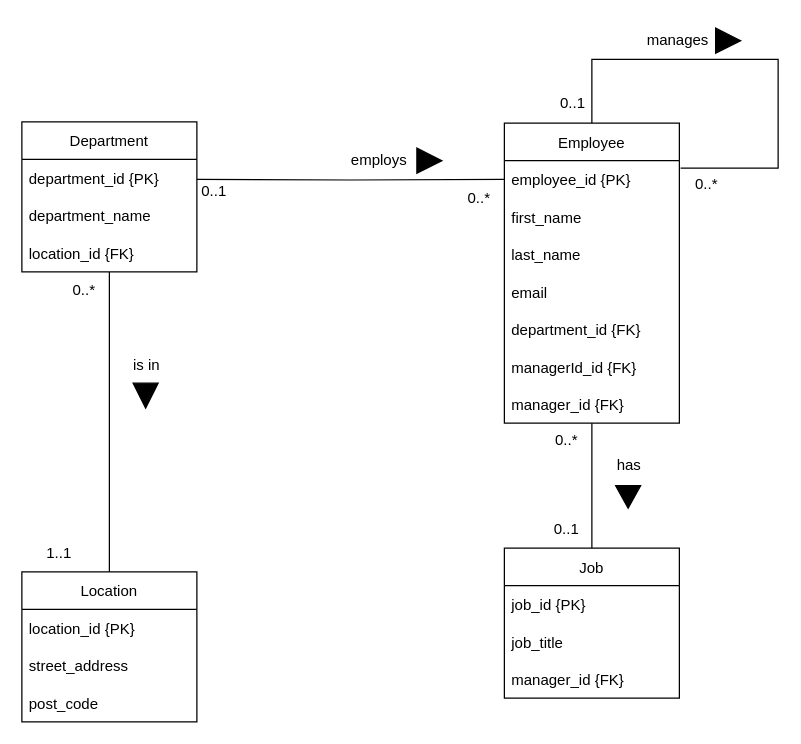
Before: page "attempt 1" (1 of 2) of Tutorial 5/Task 1.drawio in ChitharaKarunasekera/DatabaseSystemsTutorials, a draw.io diagram. Source tidied: cells renumbered, new cells numbered last; positions are measured from the earlier drawing's top-left corner, leaving out a move shared by most shapes. Both pictures are drawn from the tidied source at 125%, with x=0, y=0 at pixel (21, 21).
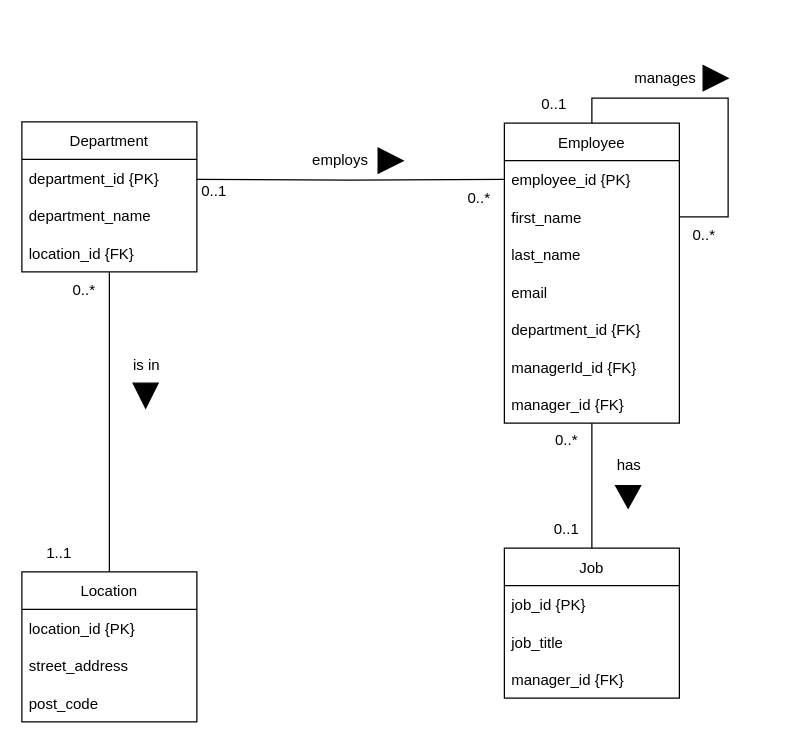
After the change.

The change refers to these unchanged cells:
```xml
<mxCell id="6" value="Employee" style="swimlane;fontStyle=0;horizontal=1;startSize=30;" parent="1" vertex="1">
  <mxGeometry x="386" y="81" width="140" height="240" as="geometry" />
</mxCell>
<mxCell id="7" value="employee_id {PK}" style="text;strokeColor=none;fillColor=none;align=left;verticalAlign=middle;spacingLeft=4;spacingRight=4;overflow=hidden;points=[[0,0.5],[1,0.5]];portConstraint=eastwest;" parent="6" vertex="1">
  <mxGeometry y="30" width="140" height="30" as="geometry" />
</mxCell>
<mxCell id="8" value="first_name" style="text;strokeColor=none;fillColor=none;align=left;verticalAlign=middle;spacingLeft=4;spacingRight=4;overflow=hidden;points=[[0,0.5],[1,0.5]];portConstraint=eastwest;" parent="6" vertex="1">
  <mxGeometry y="60" width="140" height="30" as="geometry" />
</mxCell>
```

The edit, as a diff of the source:
```diff
@@
+    <mxCell id="42" style="edgeStyle=orthogonalEdgeStyle;rounded=0;jettySize=auto;html=1;endArrow=none;endFill=0;" parent="6" edge="1" source="8" target="6">
+      <mxGeometry relative="1" as="geometry">
+        <Array as="points">
+          <mxPoint x="179" y="75" />
+          <mxPoint x="179" y="-20" />
+          <mxPoint x="70" y="-20" />
+        </Array>
+      </mxGeometry>
+    </mxCell>
@@
-    <mxCell id="14" style="edgeStyle=orthogonalEdgeStyle;rounded=0;jettySize=auto;html=1;entryX=1.007;entryY=0.2;entryDx=0;entryDy=0;entryPerimeter=0;endArrow=none;endFill=0;" parent="6" edge="1" source="6" target="7">
-      <mxGeometry relative="1" as="geometry">
-        <Array as="points">
-          <mxPoint x="70" y="-51" />
-          <mxPoint x="219" y="-51" />
-          <mxPoint x="219" y="36" />
-        </Array>
-      </mxGeometry>
-    </mxCell>
@@
     <mxCell id="16" value="employs" style="text;html=1;strokeColor=none;fillColor=none;align=center;verticalAlign=middle;whiteSpace=wrap;rounded=0;" parent="1" vertex="1">
-      <mxGeometry x="256" y="96" width="60" height="30" as="geometry" />
+      <mxGeometry x="225" y="96" width="60" height="30" as="geometry" />
     </mxCell>
     <mxCell id="17" style="triangle;whiteSpace=wrap;html=1;fillColor=#000000;" parent="1" vertex="1">
-      <mxGeometry x="316" y="101" width="20" height="20" as="geometry" />
+      <mxGeometry x="285" y="101" width="20" height="20" as="geometry" />
     </mxCell>
@@
     <mxCell id="38" value="manages" style="text;html=1;strokeColor=none;fillColor=none;align=center;verticalAlign=middle;whiteSpace=wrap;rounded=0;" parent="1" vertex="1">
-      <mxGeometry x="495" width="60" height="30" as="geometry" />
+      <mxGeometry x="485" y="30" width="60" height="30" as="geometry" />
     </mxCell>
     <mxCell id="39" style="triangle;whiteSpace=wrap;html=1;fillColor=#000000;" parent="1" vertex="1">
-      <mxGeometry x="555" y="5" width="20" height="20" as="geometry" />
+      <mxGeometry x="545" y="35" width="20" height="20" as="geometry" />
     </mxCell>
     <mxCell id="40" value="0..1" style="text;html=1;strokeColor=none;fillColor=none;align=center;verticalAlign=middle;whiteSpace=wrap;rounded=0;" parent="1" vertex="1">
-      <mxGeometry x="411" y="50" width="60" height="30" as="geometry" />
+      <mxGeometry x="396" y="51" width="60" height="30" as="geometry" />
     </mxCell>
     <mxCell id="41" value="0..*" style="text;html=1;strokeColor=none;fillColor=none;align=center;verticalAlign=middle;whiteSpace=wrap;rounded=0;" parent="1" vertex="1">
-      <mxGeometry x="518" y="115" width="60" height="30" as="geometry" />
+      <mxGeometry x="516" y="156" width="60" height="30" as="geometry" />
     </mxCell>
```
